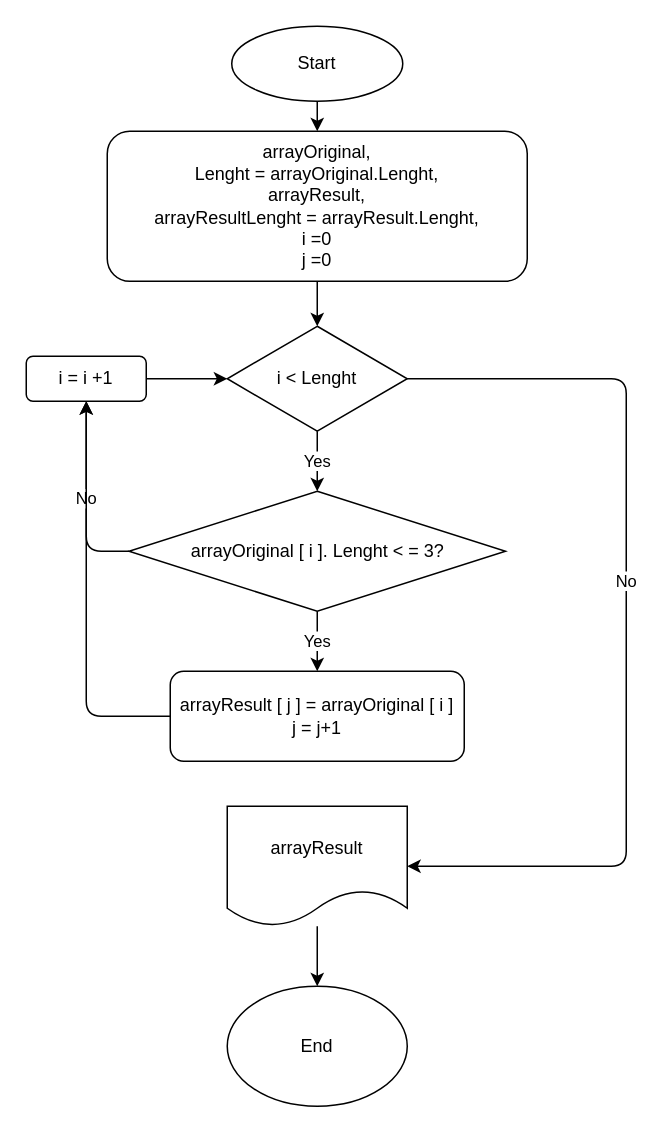
The draw.io diagram flowchart.drawio in ZinaidaKoroleva/Final-work, before the edit. Source tidied: cells renumbered, new cells numbered last; positions are measured from the earlier drawing's top-left corner, leaving out a move shared by most shapes. Both pictures are drawn from the tidied source at 150%, with x=0, y=0 at pixel (26, 26).
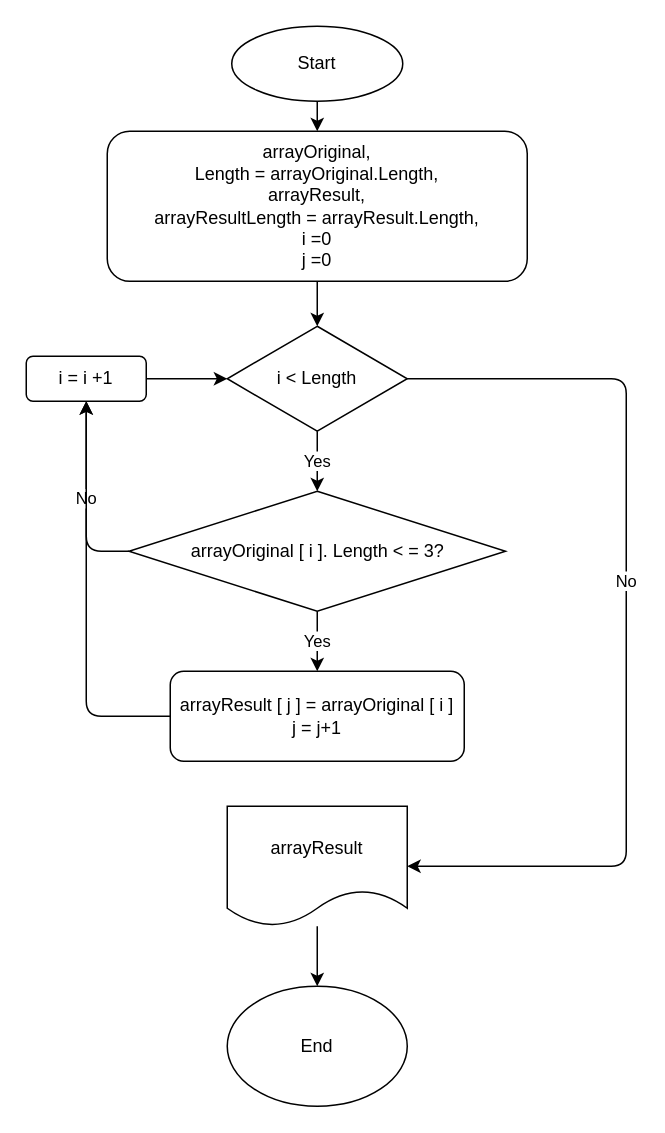
The same diagram, later.

Commit message:
Some changes for block diagram

The edit, as a diff of the source:
```diff
@@
-    <mxCell id="5" value="arrayOriginal,&lt;br&gt;Lenght = arrayOriginal.Lenght,&lt;br&gt;arrayResult,&lt;br&gt;arrayResultLenght = arrayResult.Lenght,&lt;br&gt;i =0&lt;br&gt;j =0" style="rounded=1;whiteSpace=wrap;html=1;" parent="1" vertex="1">
+    <mxCell id="5" value="arrayOriginal,&lt;br&gt;Length = arrayOriginal.Length,&lt;br&gt;arrayResult,&lt;br&gt;arrayResultLength = arrayResult.Length,&lt;br&gt;i =0&lt;br&gt;j =0" style="rounded=1;whiteSpace=wrap;html=1;" parent="1" vertex="1">
       <mxGeometry x="54" y="70" width="280" height="100" as="geometry" />
     </mxCell>
@@
-    <mxCell id="8" value="&lt;span&gt;i &amp;lt; Lenght&lt;/span&gt;" style="rhombus;whiteSpace=wrap;html=1;" parent="1" vertex="1">
+    <mxCell id="8" value="&lt;span&gt;i &amp;lt; Length&lt;/span&gt;" style="rhombus;whiteSpace=wrap;html=1;" parent="1" vertex="1">
       <mxGeometry x="134" y="200" width="120" height="70" as="geometry" />
     </mxCell>
@@
-    <mxCell id="11" value="arrayOriginal [ i ]. Lenght &amp;lt; = 3?" style="rhombus;whiteSpace=wrap;html=1;" parent="1" vertex="1">
+    <mxCell id="11" value="arrayOriginal [ i ]. Length &amp;lt; = 3?" style="rhombus;whiteSpace=wrap;html=1;" parent="1" vertex="1">
       <mxGeometry x="68.5" y="310" width="251" height="80" as="geometry" />
     </mxCell>
```
